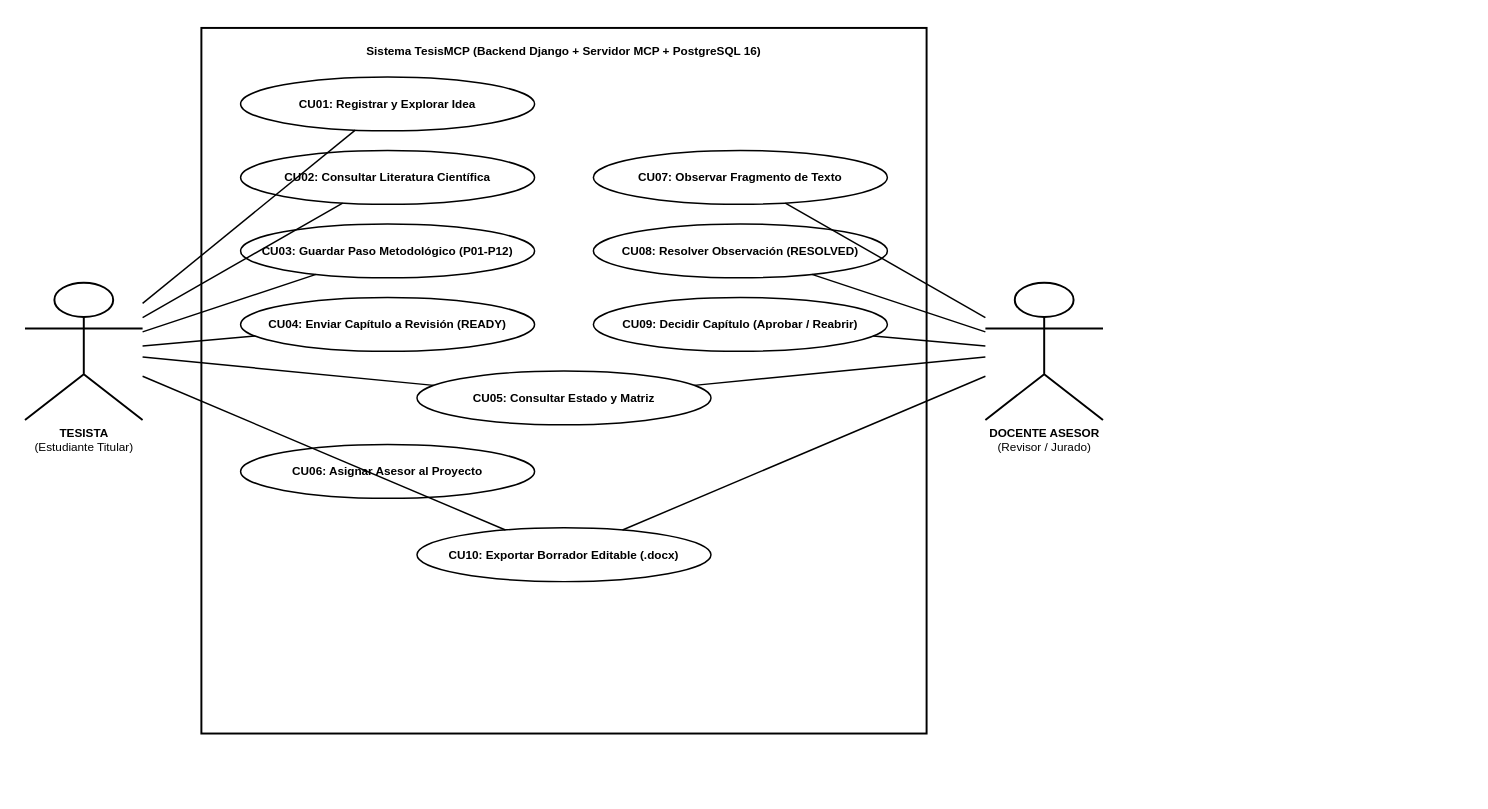
This is docs/diagramas/04_casos_uso_sistema.drawio from Jupiloy/TesisMCP, a draw.io file, before an edit. Source tidied: cells renumbered, new cells numbered last; positions are measured from the earlier drawing's top-left corner, leaving out a move shared by most shapes. Both pictures are drawn from the tidied source at 98%, with x=0, y=0 at pixel (24, 27).
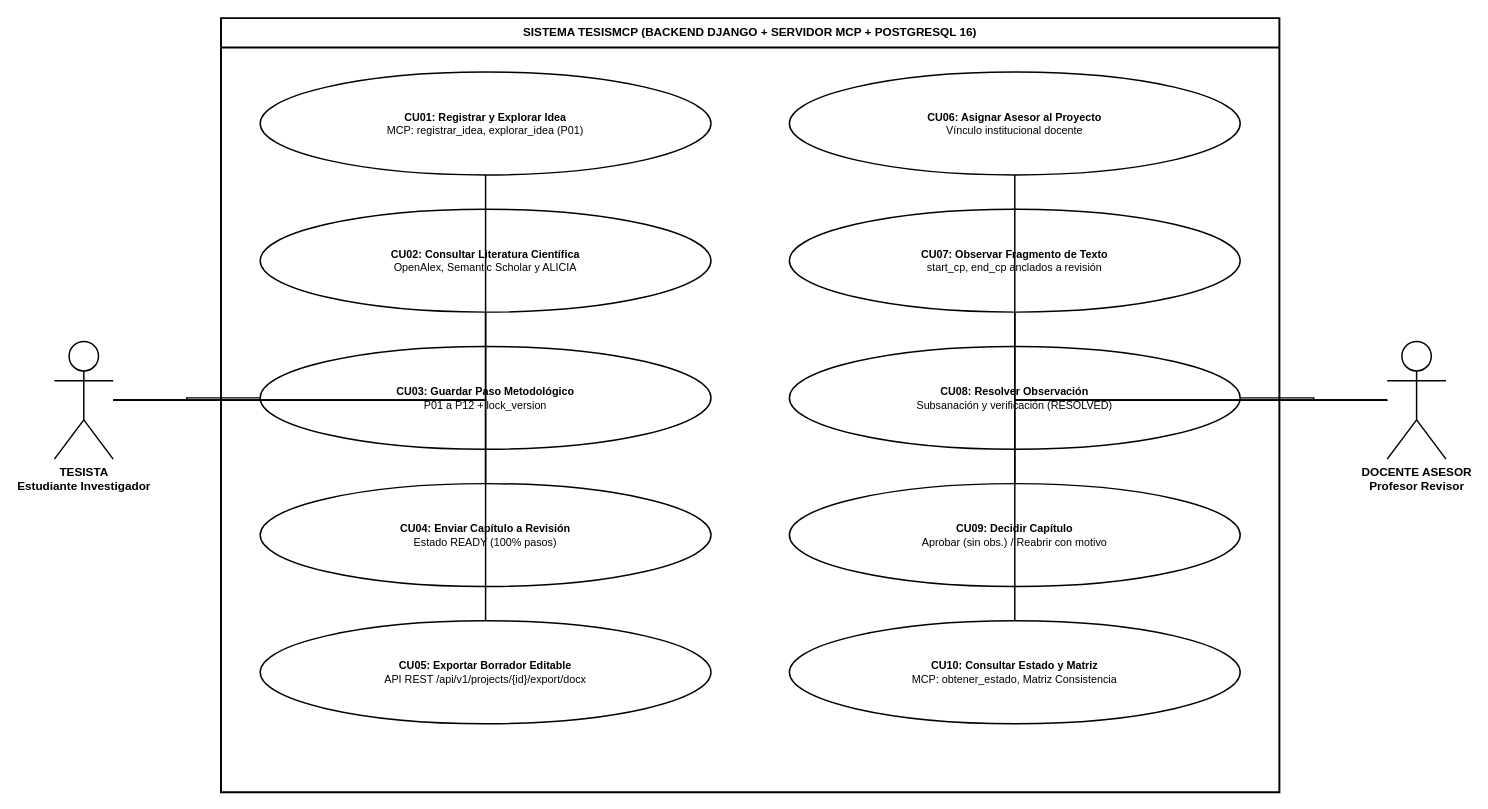
After the change.

Commit message (it also covers changes not shown here):
docs: corregir asociaciones en casos de uso UML e incorporar diagramas de secuencia y estados en B&N

Diff of the diagram source:
```diff
@@
-    <mxCell id="2" value="&lt;b&gt;TESISTA&lt;/b&gt;&lt;br/&gt;(Estudiante Titular)" style="shape=umlActor;verticalLabelPosition=bottom;verticalAlign=top;html=1;strokeColor=#000000;strokeWidth=2;fillColor=#ffffff;" parent="1" vertex="1">
-      <mxGeometry y="260" width="120" height="140" as="geometry" />
-    </mxCell>
-    <mxCell id="3" value="&lt;b&gt;DOCENTE ASESOR&lt;/b&gt;&lt;br/&gt;(Revisor / Jurado)" style="shape=umlActor;verticalLabelPosition=bottom;verticalAlign=top;html=1;strokeColor=#000000;strokeWidth=2;fillColor=#ffffff;" parent="1" vertex="1">
-      <mxGeometry x="980" y="260" width="120" height="140" as="geometry" />
-    </mxCell>
-    <mxCell id="4" value="&lt;b&gt;Sistema TesisMCP (Backend Django + Servidor MCP + PostgreSQL 16)&lt;/b&gt;" style="rounded=0;whiteSpace=wrap;html=1;strokeColor=#000000;strokeWidth=2;fillColor=#ffffff;verticalAlign=top;spacingTop=10;fontStyle=1;" parent="1" vertex="1">
-      <mxGeometry x="180" width="740" height="720" as="geometry" />
-    </mxCell>
-    <mxCell id="5" value="CU01: Registrar y Explorar Idea" style="ellipse;whiteSpace=wrap;html=1;strokeColor=#000000;strokeWidth=1.5;fillColor=#ffffff;fontStyle=1;" parent="1" vertex="1">
-      <mxGeometry x="220" y="50" width="300" height="55" as="geometry" />
-    </mxCell>
-    <mxCell id="6" value="CU02: Consultar Literatura Científica" style="ellipse;whiteSpace=wrap;html=1;strokeColor=#000000;strokeWidth=1.5;fillColor=#ffffff;fontStyle=1;" parent="1" vertex="1">
-      <mxGeometry x="220" y="125" width="300" height="55" as="geometry" />
-    </mxCell>
-    <mxCell id="7" value="CU03: Guardar Paso Metodológico (P01-P12)" style="ellipse;whiteSpace=wrap;html=1;strokeColor=#000000;strokeWidth=1.5;fillColor=#ffffff;fontStyle=1;" parent="1" vertex="1">
-      <mxGeometry x="220" y="200" width="300" height="55" as="geometry" />
-    </mxCell>
-    <mxCell id="8" value="CU04: Enviar Capítulo a Revisión (READY)" style="ellipse;whiteSpace=wrap;html=1;strokeColor=#000000;strokeWidth=1.5;fillColor=#ffffff;fontStyle=1;" parent="1" vertex="1">
-      <mxGeometry x="220" y="275" width="300" height="55" as="geometry" />
-    </mxCell>
-    <mxCell id="9" value="CU05: Consultar Estado y Matriz" style="ellipse;whiteSpace=wrap;html=1;strokeColor=#000000;strokeWidth=1.5;fillColor=#ffffff;fontStyle=1;" parent="1" vertex="1">
-      <mxGeometry x="400" y="350" width="300" height="55" as="geometry" />
-    </mxCell>
-    <mxCell id="10" value="CU06: Asignar Asesor al Proyecto" style="ellipse;whiteSpace=wrap;html=1;strokeColor=#000000;strokeWidth=1.5;fillColor=#ffffff;fontStyle=1;" parent="1" vertex="1">
-      <mxGeometry x="220" y="425" width="300" height="55" as="geometry" />
-    </mxCell>
-    <mxCell id="11" value="CU07: Observar Fragmento de Texto" style="ellipse;whiteSpace=wrap;html=1;strokeColor=#000000;strokeWidth=1.5;fillColor=#ffffff;fontStyle=1;" parent="1" vertex="1">
-      <mxGeometry x="580" y="125" width="300" height="55" as="geometry" />
-    </mxCell>
-    <mxCell id="12" value="CU08: Resolver Observación (RESOLVED)" style="ellipse;whiteSpace=wrap;html=1;strokeColor=#000000;strokeWidth=1.5;fillColor=#ffffff;fontStyle=1;" parent="1" vertex="1">
-      <mxGeometry x="580" y="200" width="300" height="55" as="geometry" />
-    </mxCell>
-    <mxCell id="13" value="CU09: Decidir Capítulo (Aprobar / Reabrir)" style="ellipse;whiteSpace=wrap;html=1;strokeColor=#000000;strokeWidth=1.5;fillColor=#ffffff;fontStyle=1;" parent="1" vertex="1">
-      <mxGeometry x="580" y="275" width="300" height="55" as="geometry" />
-    </mxCell>
-    <mxCell id="14" value="CU10: Exportar Borrador Editable (.docx)" style="ellipse;whiteSpace=wrap;html=1;strokeColor=#000000;strokeWidth=1.5;fillColor=#ffffff;fontStyle=1;" parent="1" vertex="1">
-      <mxGeometry x="400" y="510" width="300" height="55" as="geometry" />
-    </mxCell>
-    <mxCell id="15" style="endArrow=none;html=1;strokeColor=#000000;strokeWidth=1.5;" parent="1" edge="1" source="2" target="5">
-      <mxGeometry relative="1" as="geometry" />
-    </mxCell>
-    <mxCell id="16" style="endArrow=none;html=1;strokeColor=#000000;strokeWidth=1.5;" parent="1" edge="1" source="2" target="6">
-      <mxGeometry relative="1" as="geometry" />
-    </mxCell>
-    <mxCell id="17" style="endArrow=none;html=1;strokeColor=#000000;strokeWidth=1.5;" parent="1" edge="1" source="2" target="7">
-      <mxGeometry relative="1" as="geometry" />
-    </mxCell>
-    <mxCell id="18" style="endArrow=none;html=1;strokeColor=#000000;strokeWidth=1.5;" parent="1" edge="1" source="2" target="8">
-      <mxGeometry relative="1" as="geometry" />
-    </mxCell>
-    <mxCell id="19" style="endArrow=none;html=1;strokeColor=#000000;strokeWidth=1.5;" parent="1" edge="1" source="2" target="9">
-      <mxGeometry relative="1" as="geometry" />
-    </mxCell>
-    <mxCell id="20" style="endArrow=none;html=1;strokeColor=#000000;strokeWidth=1.5;" parent="1" edge="1" source="3" target="9">
-      <mxGeometry relative="1" as="geometry" />
-    </mxCell>
-    <mxCell id="21" style="endArrow=none;html=1;strokeColor=#000000;strokeWidth=1.5;" parent="1" edge="1" source="3" target="11">
-      <mxGeometry relative="1" as="geometry" />
-    </mxCell>
-    <mxCell id="22" style="endArrow=none;html=1;strokeColor=#000000;strokeWidth=1.5;" parent="1" edge="1" source="3" target="12">
-      <mxGeometry relative="1" as="geometry" />
-    </mxCell>
-    <mxCell id="23" style="endArrow=none;html=1;strokeColor=#000000;strokeWidth=1.5;" parent="1" edge="1" source="3" target="13">
-      <mxGeometry relative="1" as="geometry" />
-    </mxCell>
-    <mxCell id="24" style="endArrow=none;html=1;strokeColor=#000000;strokeWidth=1.5;" parent="1" edge="1" source="2" target="14">
-      <mxGeometry relative="1" as="geometry" />
-    </mxCell>
-    <mxCell id="25" style="endArrow=none;html=1;strokeColor=#000000;strokeWidth=1.5;" parent="1" edge="1" source="3" target="14">
-      <mxGeometry relative="1" as="geometry" />
-    </mxCell>
+    <mxCell id="26" value="SISTEMA TESISMCP (BACKEND DJANGO + SERVIDOR MCP + POSTGRESQL 16)" style="shape=swimlane;whiteSpace=wrap;html=1;strokeColor=#000000;strokeWidth=2;fillColor=#ffffff;startSize=30;fontSize=12;fontStyle=1;fontColor=#000000;fontFamily=Arial;" parent="1" vertex="1">
+      <mxGeometry x="200" y="-10" width="1080" height="790" as="geometry" />
+    </mxCell>
+    <mxCell id="27" value="&lt;b&gt;TESISTA&lt;/b&gt;&lt;br/&gt;Estudiante Investigador" style="shape=umlActor;verticalLabelPosition=bottom;verticalAlign=top;html=1;outlineConnect=0;strokeColor=#000000;strokeWidth=1.5;fillColor=#ffffff;fontSize=12;fontStyle=1;fontFamily=Arial;" parent="1" vertex="1">
+      <mxGeometry x="30" y="320" width="60" height="120" as="geometry" />
+    </mxCell>
+    <mxCell id="28" value="&lt;b&gt;DOCENTE ASESOR&lt;/b&gt;&lt;br/&gt;Profesor Revisor" style="shape=umlActor;verticalLabelPosition=bottom;verticalAlign=top;html=1;outlineConnect=0;strokeColor=#000000;strokeWidth=1.5;fillColor=#ffffff;fontSize=12;fontStyle=1;fontFamily=Arial;" parent="1" vertex="1">
+      <mxGeometry x="1390" y="320" width="60" height="120" as="geometry" />
+    </mxCell>
+    <mxCell id="29" value="&lt;b&gt;CU01: Registrar y Explorar Idea&lt;/b&gt;&lt;br/&gt;MCP: registrar_idea, explorar_idea (P01)" style="ellipse;whiteSpace=wrap;html=1;strokeColor=#000000;strokeWidth=1.5;fillColor=#ffffff;align=center;verticalAlign=middle;fontSize=11;fontColor=#000000;fontFamily=Arial;" parent="26" vertex="1">
+      <mxGeometry x="40" y="55" width="460" height="105" as="geometry" />
+    </mxCell>
+    <mxCell id="30" value="&lt;b&gt;CU02: Consultar Literatura Científica&lt;/b&gt;&lt;br/&gt;OpenAlex, Semantic Scholar y ALICIA" style="ellipse;whiteSpace=wrap;html=1;strokeColor=#000000;strokeWidth=1.5;fillColor=#ffffff;align=center;verticalAlign=middle;fontSize=11;fontColor=#000000;fontFamily=Arial;" parent="26" vertex="1">
+      <mxGeometry x="40" y="195" width="460" height="105" as="geometry" />
+    </mxCell>
+    <mxCell id="31" value="&lt;b&gt;CU03: Guardar Paso Metodológico&lt;/b&gt;&lt;br/&gt;P01 a P12 + lock_version" style="ellipse;whiteSpace=wrap;html=1;strokeColor=#000000;strokeWidth=1.5;fillColor=#ffffff;align=center;verticalAlign=middle;fontSize=11;fontColor=#000000;fontFamily=Arial;" parent="26" vertex="1">
+      <mxGeometry x="40" y="335" width="460" height="105" as="geometry" />
+    </mxCell>
+    <mxCell id="32" value="&lt;b&gt;CU04: Enviar Capítulo a Revisión&lt;/b&gt;&lt;br/&gt;Estado READY (100% pasos)" style="ellipse;whiteSpace=wrap;html=1;strokeColor=#000000;strokeWidth=1.5;fillColor=#ffffff;align=center;verticalAlign=middle;fontSize=11;fontColor=#000000;fontFamily=Arial;" parent="26" vertex="1">
+      <mxGeometry x="40" y="475" width="460" height="105" as="geometry" />
+    </mxCell>
+    <mxCell id="33" value="&lt;b&gt;CU05: Exportar Borrador Editable&lt;/b&gt;&lt;br/&gt;API REST /api/v1/projects/{id}/export/docx" style="ellipse;whiteSpace=wrap;html=1;strokeColor=#000000;strokeWidth=1.5;fillColor=#ffffff;align=center;verticalAlign=middle;fontSize=11;fontColor=#000000;fontFamily=Arial;" parent="26" vertex="1">
+      <mxGeometry x="40" y="615" width="460" height="105" as="geometry" />
+    </mxCell>
+    <mxCell id="34" value="&lt;b&gt;CU06: Asignar Asesor al Proyecto&lt;/b&gt;&lt;br/&gt;Vínculo institucional docente" style="ellipse;whiteSpace=wrap;html=1;strokeColor=#000000;strokeWidth=1.5;fillColor=#ffffff;align=center;verticalAlign=middle;fontSize=11;fontColor=#000000;fontFamily=Arial;" parent="26" vertex="1">
+      <mxGeometry x="580" y="55" width="460" height="105" as="geometry" />
+    </mxCell>
+    <mxCell id="35" value="&lt;b&gt;CU07: Observar Fragmento de Texto&lt;/b&gt;&lt;br/&gt;start_cp, end_cp anclados a revisión" style="ellipse;whiteSpace=wrap;html=1;strokeColor=#000000;strokeWidth=1.5;fillColor=#ffffff;align=center;verticalAlign=middle;fontSize=11;fontColor=#000000;fontFamily=Arial;" parent="26" vertex="1">
+      <mxGeometry x="580" y="195" width="460" height="105" as="geometry" />
+    </mxCell>
+    <mxCell id="36" value="&lt;b&gt;CU08: Resolver Observación&lt;/b&gt;&lt;br/&gt;Subsanación y verificación (RESOLVED)" style="ellipse;whiteSpace=wrap;html=1;strokeColor=#000000;strokeWidth=1.5;fillColor=#ffffff;align=center;verticalAlign=middle;fontSize=11;fontColor=#000000;fontFamily=Arial;" parent="26" vertex="1">
+      <mxGeometry x="580" y="335" width="460" height="105" as="geometry" />
+    </mxCell>
+    <mxCell id="37" value="&lt;b&gt;CU09: Decidir Capítulo&lt;/b&gt;&lt;br/&gt;Aprobar (sin obs.) / Reabrir con motivo" style="ellipse;whiteSpace=wrap;html=1;strokeColor=#000000;strokeWidth=1.5;fillColor=#ffffff;align=center;verticalAlign=middle;fontSize=11;fontColor=#000000;fontFamily=Arial;" parent="26" vertex="1">
+      <mxGeometry x="580" y="475" width="460" height="105" as="geometry" />
+    </mxCell>
+    <mxCell id="38" value="&lt;b&gt;CU10: Consultar Estado y Matriz&lt;/b&gt;&lt;br/&gt;MCP: obtener_estado, Matriz Consistencia" style="ellipse;whiteSpace=wrap;html=1;strokeColor=#000000;strokeWidth=1.5;fillColor=#ffffff;align=center;verticalAlign=middle;fontSize=11;fontColor=#000000;fontFamily=Arial;" parent="26" vertex="1">
+      <mxGeometry x="580" y="615" width="460" height="105" as="geometry" />
+    </mxCell>
+    <mxCell id="39" style="edgeStyle=orthogonalEdgeStyle;rounded=0;jettySize=auto;html=1;strokeColor=#000000;strokeWidth=1.5;endArrow=none;fontSize=10;" parent="1" edge="1" source="27" target="29">
+      <mxGeometry relative="1" as="geometry" />
+    </mxCell>
+    <mxCell id="40" style="edgeStyle=orthogonalEdgeStyle;rounded=0;jettySize=auto;html=1;strokeColor=#000000;strokeWidth=1.5;endArrow=none;fontSize=10;" parent="1" edge="1" source="27" target="30">
+      <mxGeometry relative="1" as="geometry" />
+    </mxCell>
+    <mxCell id="41" style="edgeStyle=orthogonalEdgeStyle;rounded=0;jettySize=auto;html=1;strokeColor=#000000;strokeWidth=1.5;endArrow=none;fontSize=10;" parent="1" edge="1" source="27" target="31">
+      <mxGeometry relative="1" as="geometry" />
+    </mxCell>
+    <mxCell id="42" style="edgeStyle=orthogonalEdgeStyle;rounded=0;jettySize=auto;html=1;strokeColor=#000000;strokeWidth=1.5;endArrow=none;fontSize=10;" parent="1" edge="1" source="27" target="32">
+      <mxGeometry relative="1" as="geometry" />
+    </mxCell>
+    <mxCell id="43" style="edgeStyle=orthogonalEdgeStyle;rounded=0;jettySize=auto;html=1;strokeColor=#000000;strokeWidth=1.5;endArrow=none;fontSize=10;" parent="1" edge="1" source="27" target="33">
+      <mxGeometry relative="1" as="geometry" />
+    </mxCell>
+    <mxCell id="44" style="edgeStyle=orthogonalEdgeStyle;rounded=0;jettySize=auto;html=1;strokeColor=#000000;strokeWidth=1.5;endArrow=none;fontSize=10;" parent="1" edge="1" source="28" target="34">
+      <mxGeometry relative="1" as="geometry" />
+    </mxCell>
+    <mxCell id="45" style="edgeStyle=orthogonalEdgeStyle;rounded=0;jettySize=auto;html=1;strokeColor=#000000;strokeWidth=1.5;endArrow=none;fontSize=10;" parent="1" edge="1" source="28" target="35">
+      <mxGeometry relative="1" as="geometry" />
+    </mxCell>
+    <mxCell id="46" style="edgeStyle=orthogonalEdgeStyle;rounded=0;jettySize=auto;html=1;strokeColor=#000000;strokeWidth=1.5;endArrow=none;fontSize=10;" parent="1" edge="1" source="28" target="36">
+      <mxGeometry relative="1" as="geometry" />
+    </mxCell>
+    <mxCell id="47" style="edgeStyle=orthogonalEdgeStyle;rounded=0;jettySize=auto;html=1;strokeColor=#000000;strokeWidth=1.5;endArrow=none;fontSize=10;" parent="1" edge="1" source="28" target="37">
+      <mxGeometry relative="1" as="geometry" />
+    </mxCell>
+    <mxCell id="48" style="edgeStyle=orthogonalEdgeStyle;rounded=0;jettySize=auto;html=1;strokeColor=#000000;strokeWidth=1.5;endArrow=none;fontSize=10;" parent="1" edge="1" source="28" target="38">
+      <mxGeometry relative="1" as="geometry" />
+    </mxCell>
```
